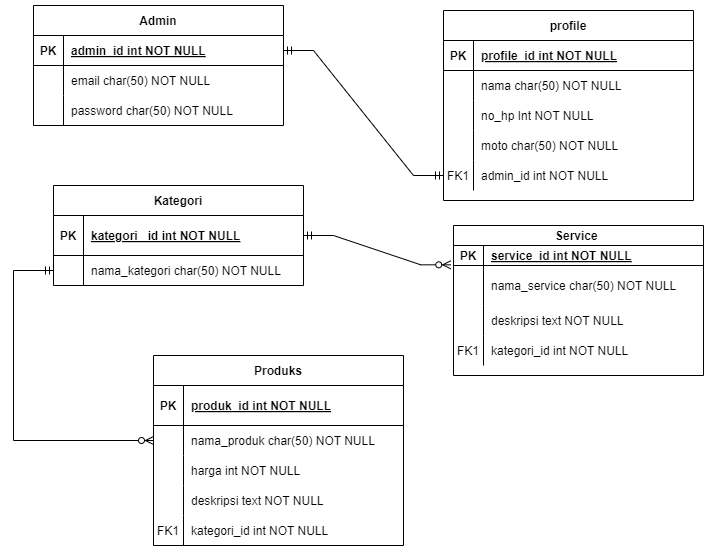
Earlier version of the draw.io export public/assets/images/erd apotik.drawio.png (koplakzs/online-apotek). Source tidied: cells renumbered, new cells last; positions are measured from the earlier drawing's top-left corner, leaving out a move shared by most shapes.
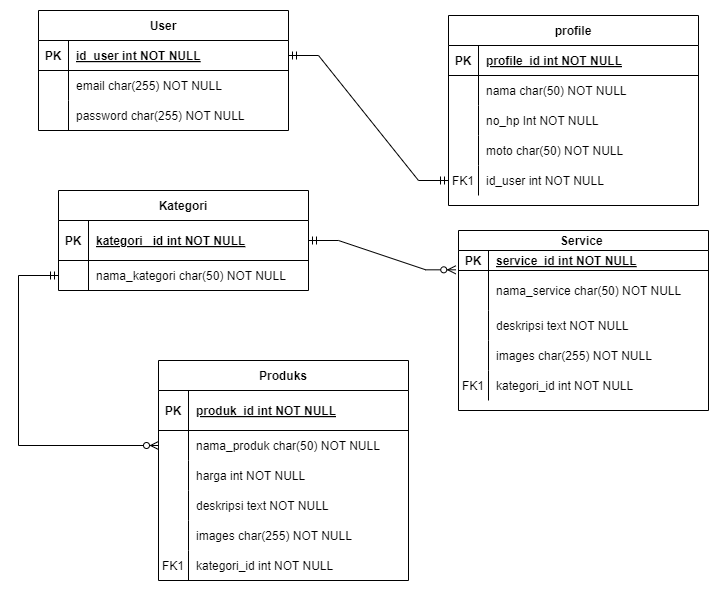
After the change.

Commit message:
revisi erd

Change to the diagram source:
```diff
@@ -47,7 +47,7 @@
     <mxCell id="16" value="FK1" style="shape=partialRectangle;overflow=hidden;fillColor=none;top=0;left=0;bottom=0;right=0;" parent="15" vertex="1">
       <mxGeometry width="30" height="30" as="geometry" />
     </mxCell>
-    <mxCell id="17" value="admin_id int NOT NULL" style="shape=partialRectangle;overflow=hidden;fillColor=none;top=0;left=0;bottom=0;right=0;align=left;spacingLeft=6;" parent="15" vertex="1">
+    <mxCell id="17" value="id_user int NOT NULL" style="shape=partialRectangle;overflow=hidden;fillColor=none;top=0;left=0;bottom=0;right=0;align=left;spacingLeft=6;" parent="15" vertex="1">
       <mxGeometry x="30" width="220" height="30" as="geometry" />
     </mxCell>
     <mxCell id="18" style="edgeStyle=orthogonalEdgeStyle;fontSize=12;html=1;endArrow=ERzeroToMany;startArrow=ERmandOne;rounded=0;entryX=0;entryY=0.5;entryDx=0;entryDy=0;exitX=0;exitY=0.5;exitDx=0;exitDy=0;" parent="1" edge="1" source="33" target="40">
@@ -58,7 +58,7 @@
         </Array>
       </mxGeometry>
     </mxCell>
-    <mxCell id="19" value="Admin" style="shape=table;startSize=30;rowLines=0;fontStyle=1;align=center;" parent="1" vertex="1">
+    <mxCell id="19" value="User" style="shape=table;startSize=30;rowLines=0;fontStyle=1;align=center;" parent="1" vertex="1">
       <mxGeometry x="20" width="250" height="120" as="geometry" />
     </mxCell>
     <mxCell id="20" style="shape=partialRectangle;fillColor=none;points=[[0,0.5],[1,0.5]];portConstraint=eastwest;top=0;left=0;right=0;bottom=1;" parent="19" vertex="1">
@@ -67,7 +67,7 @@
     <mxCell id="21" value="PK" style="shape=partialRectangle;overflow=hidden;fillColor=none;top=0;left=0;bottom=0;right=0;fontStyle=1;" parent="20" vertex="1">
       <mxGeometry width="30" height="30" as="geometry" />
     </mxCell>
-    <mxCell id="22" value="admin_id int NOT NULL " style="shape=partialRectangle;overflow=hidden;fillColor=none;top=0;left=0;bottom=0;right=0;align=left;spacingLeft=6;fontStyle=5;" parent="20" vertex="1">
+    <mxCell id="22" value="id_user int NOT NULL " style="shape=partialRectangle;overflow=hidden;fillColor=none;top=0;left=0;bottom=0;right=0;align=left;spacingLeft=6;fontStyle=5;" parent="20" vertex="1">
       <mxGeometry x="30" width="220" height="30" as="geometry" />
     </mxCell>
     <mxCell id="23" style="shape=partialRectangle;fillColor=none;top=0;left=0;right=0;bottom=0;" parent="19" vertex="1">
@@ -76,7 +76,7 @@
     <mxCell id="24" style="shape=partialRectangle;overflow=hidden;fillColor=none;top=0;left=0;bottom=0;right=0;" parent="23" vertex="1">
       <mxGeometry width="30" height="30" as="geometry" />
     </mxCell>
-    <mxCell id="25" value="email char(50) NOT NULL" style="shape=partialRectangle;overflow=hidden;fillColor=none;top=0;left=0;bottom=0;right=0;align=left;spacingLeft=6;" parent="23" vertex="1">
+    <mxCell id="25" value="email char(255) NOT NULL" style="shape=partialRectangle;overflow=hidden;fillColor=none;top=0;left=0;bottom=0;right=0;align=left;spacingLeft=6;" parent="23" vertex="1">
       <mxGeometry x="30" width="220" height="30" as="geometry" />
     </mxCell>
     <mxCell id="26" style="shape=partialRectangle;fillColor=none;top=0;left=0;right=0;bottom=0;" parent="19" vertex="1">
@@ -85,7 +85,7 @@
     <mxCell id="27" style="shape=partialRectangle;overflow=hidden;fillColor=none;top=0;left=0;bottom=0;right=0;" parent="26" vertex="1">
       <mxGeometry width="30" height="30" as="geometry" />
     </mxCell>
-    <mxCell id="28" value="password char(50) NOT NULL" style="shape=partialRectangle;overflow=hidden;fillColor=none;top=0;left=0;bottom=0;right=0;align=left;spacingLeft=6;" parent="26" vertex="1">
+    <mxCell id="28" value="password char(255) NOT NULL" style="shape=partialRectangle;overflow=hidden;fillColor=none;top=0;left=0;bottom=0;right=0;align=left;spacingLeft=6;" parent="26" vertex="1">
       <mxGeometry x="30" width="220" height="30" as="geometry" />
     </mxCell>
     <mxCell id="29" value="Kategori" style="shape=table;startSize=30;rowLines=0;fontStyle=1;align=center;" parent="1" vertex="1">
@@ -110,7 +110,7 @@
       <mxGeometry x="30" width="220" height="30" as="geometry" />
     </mxCell>
     <mxCell id="36" value="Produks" style="shape=table;startSize=30;rowLines=0;fontStyle=1;align=center;" parent="1" vertex="1">
-      <mxGeometry x="140" y="350" width="250" height="190" as="geometry" />
+      <mxGeometry x="140" y="350" width="250" height="220" as="geometry" />
     </mxCell>
     <mxCell id="37" style="shape=partialRectangle;fillColor=none;top=0;left=0;right=0;bottom=1;" parent="36" vertex="1">
       <mxGeometry y="30" width="250" height="40" as="geometry" />
@@ -148,8 +148,17 @@
     <mxCell id="48" value="deskripsi text NOT NULL" style="shape=partialRectangle;overflow=hidden;fillColor=none;top=0;left=0;bottom=0;right=0;align=left;spacingLeft=6;" parent="46" vertex="1">
       <mxGeometry x="30" width="220" height="30" as="geometry" />
     </mxCell>
+    <mxCell id="67" style="shape=partialRectangle;fillColor=none;top=0;left=0;right=0;bottom=0;" parent="36" vertex="1">
+      <mxGeometry y="160" width="250" height="30" as="geometry" />
+    </mxCell>
+    <mxCell id="68" style="shape=partialRectangle;overflow=hidden;fillColor=none;top=0;left=0;bottom=0;right=0;" parent="67" vertex="1">
+      <mxGeometry width="30" height="30" as="geometry" />
+    </mxCell>
+    <mxCell id="69" value="images char(255) NOT NULL" style="shape=partialRectangle;overflow=hidden;fillColor=none;top=0;left=0;bottom=0;right=0;align=left;spacingLeft=6;" parent="67" vertex="1">
+      <mxGeometry x="30" width="220" height="30" as="geometry" />
+    </mxCell>
     <mxCell id="49" style="shape=partialRectangle;fillColor=none;top=0;left=0;right=0;bottom=0;" parent="36" vertex="1">
-      <mxGeometry y="160" width="250" height="30" as="geometry" />
+      <mxGeometry y="190" width="250" height="30" as="geometry" />
     </mxCell>
     <mxCell id="50" value="FK1" style="shape=partialRectangle;overflow=hidden;fillColor=none;top=0;left=0;bottom=0;right=0;" parent="49" vertex="1">
       <mxGeometry width="30" height="30" as="geometry" />
@@ -158,7 +167,7 @@
       <mxGeometry x="30" width="220" height="30" as="geometry" />
     </mxCell>
     <mxCell id="52" value="Service " style="shape=table;startSize=20;rowLines=0;fontStyle=1;align=center;" parent="1" vertex="1">
-      <mxGeometry x="440" y="220" width="250" height="150" as="geometry" />
+      <mxGeometry x="440" y="220" width="250" height="180" as="geometry" />
     </mxCell>
     <mxCell id="53" style="shape=partialRectangle;fillColor=none;top=0;left=0;right=0;bottom=1;" parent="52" vertex="1">
       <mxGeometry y="20" width="250" height="20" as="geometry" />
@@ -187,8 +196,17 @@
     <mxCell id="61" value="deskripsi text NOT NULL" style="shape=partialRectangle;overflow=hidden;fillColor=none;top=0;left=0;bottom=0;right=0;align=left;spacingLeft=6;" parent="59" vertex="1">
       <mxGeometry x="30" width="220" height="30" as="geometry" />
     </mxCell>
+    <mxCell id="70" style="shape=partialRectangle;fillColor=none;top=0;left=0;right=0;bottom=0;" parent="52" vertex="1">
+      <mxGeometry y="110" width="250" height="30" as="geometry" />
+    </mxCell>
+    <mxCell id="71" style="shape=partialRectangle;overflow=hidden;fillColor=none;top=0;left=0;bottom=0;right=0;" parent="70" vertex="1">
+      <mxGeometry width="30" height="30" as="geometry" />
+    </mxCell>
+    <mxCell id="72" value="images char(255) NOT NULL" style="shape=partialRectangle;overflow=hidden;fillColor=none;top=0;left=0;bottom=0;right=0;align=left;spacingLeft=6;" parent="70" vertex="1">
+      <mxGeometry x="30" width="220" height="30" as="geometry" />
+    </mxCell>
     <mxCell id="62" style="shape=partialRectangle;fillColor=none;top=0;left=0;right=0;bottom=0;" parent="52" vertex="1">
-      <mxGeometry y="110" width="250" height="30" as="geometry" />
+      <mxGeometry y="140" width="250" height="30" as="geometry" />
     </mxCell>
     <mxCell id="63" value="FK1" style="shape=partialRectangle;overflow=hidden;fillColor=none;top=0;left=0;bottom=0;right=0;" parent="62" vertex="1">
       <mxGeometry width="30" height="30" as="geometry" />
```
